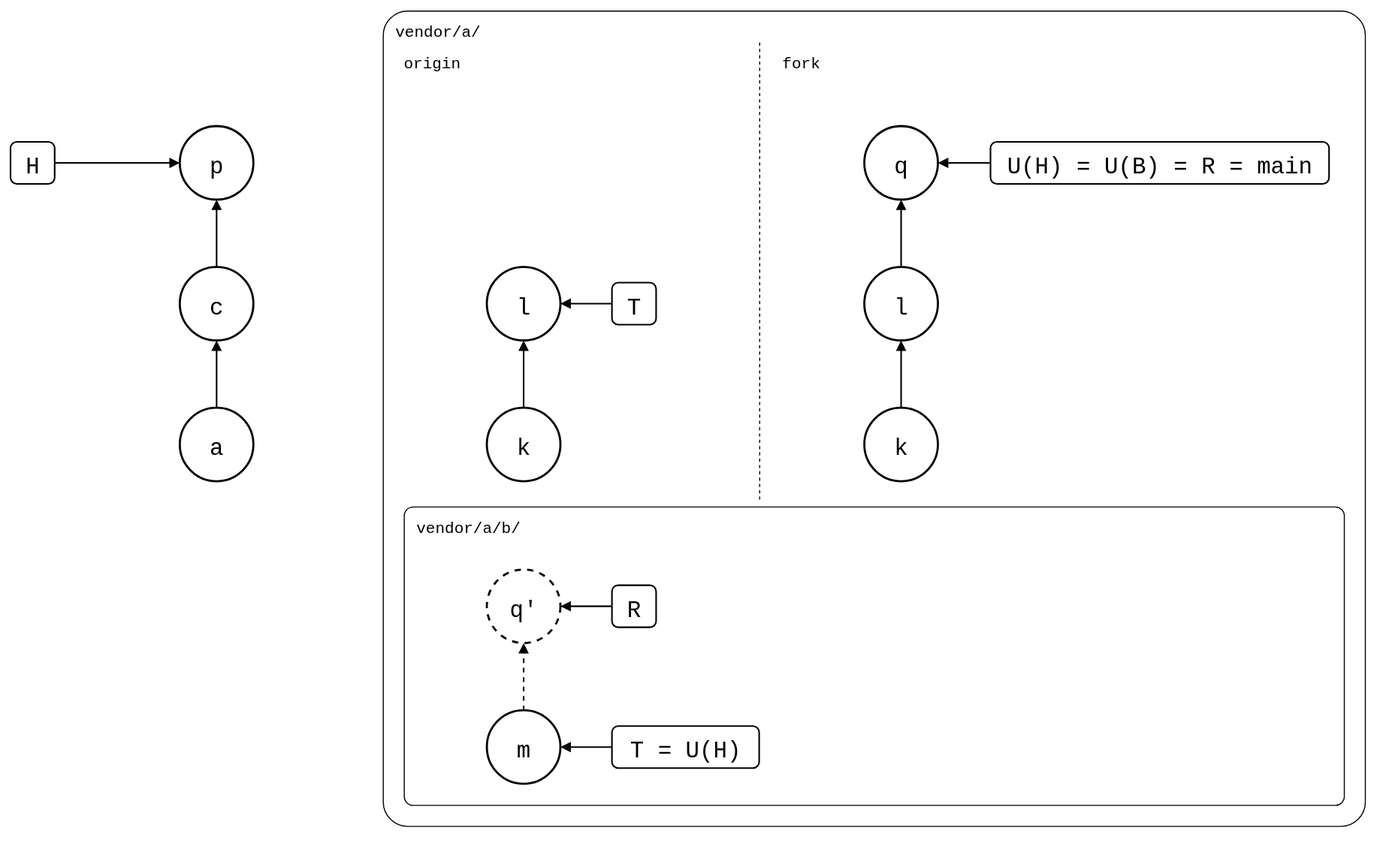
Before: test/scenarios/05-nested-splices/01-nested-splices/01-outer-fork/outer-fork.drawio.svg, a diagram exported from draw.io (roschaefer/git-splice). Source tidied: cells renumbered, new cells last; positions are measured from the earlier drawing's top-left corner, leaving out a move shared by most shapes. Source of this version:
```xml
<mxGraphModel background="#ffffff">
  <root>
    <mxCell id="0" />
    <mxCell id="1" parent="0" />
    <mxCell id="2" value="vendor/a/" style="rounded=1;arcSize=3;fillColor=none;strokeWidth=1;fontSize=15;verticalAlign=top;align=left;spacingLeft=10;spacingTop=4;fontFamily=Roboto Mono,monospace;" parent="1" vertex="1">
      <mxGeometry x="354" width="934" height="776" as="geometry" />
    </mxCell>
    <mxCell id="3" style="line;direction=south;dashed=1;strokeWidth=1;" parent="1" vertex="1">
      <mxGeometry x="702" y="30" width="20" height="438" as="geometry" />
    </mxCell>
    <mxCell id="4" value="origin" style="text;fontSize=15;align=left;verticalAlign=top;fontFamily=Roboto Mono,monospace;" parent="1" vertex="1">
      <mxGeometry x="372" y="34" width="120" height="24" as="geometry" />
    </mxCell>
    <mxCell id="5" value="fork" style="text;fontSize=15;align=left;verticalAlign=top;fontFamily=Roboto Mono,monospace;" parent="1" vertex="1">
      <mxGeometry x="732" y="34" width="120" height="24" as="geometry" />
    </mxCell>
    <mxCell id="6" value="vendor/a/b/" style="rounded=1;arcSize=3;fillColor=none;strokeWidth=1;fontSize=15;verticalAlign=top;align=left;spacingLeft=10;spacingTop=4;fontFamily=Roboto Mono,monospace;" parent="1" vertex="1">
      <mxGeometry x="374" y="472" width="894" height="284" as="geometry" />
    </mxCell>
    <mxCell id="7" value="p" style="ellipse;strokeWidth=2;fontSize=22;fontFamily=Roboto Mono,monospace;" parent="1" vertex="1">
      <mxGeometry x="161" y="110" width="70" height="70" as="geometry" />
    </mxCell>
    <mxCell id="8" value="c" style="ellipse;strokeWidth=2;fontSize=22;fontFamily=Roboto Mono,monospace;" parent="1" vertex="1">
      <mxGeometry x="161" y="244" width="70" height="70" as="geometry" />
    </mxCell>
    <mxCell id="9" value="a" style="ellipse;strokeWidth=2;fontSize=22;fontFamily=Roboto Mono,monospace;" parent="1" vertex="1">
      <mxGeometry x="161" y="378" width="70" height="70" as="geometry" />
    </mxCell>
    <mxCell id="10" value="l" style="ellipse;strokeWidth=2;fontSize=22;fontFamily=Roboto Mono,monospace;" parent="1" vertex="1">
      <mxGeometry x="453" y="244" width="70" height="70" as="geometry" />
    </mxCell>
    <mxCell id="11" value="k" style="ellipse;strokeWidth=2;fontSize=22;fontFamily=Roboto Mono,monospace;" parent="1" vertex="1">
      <mxGeometry x="453" y="378" width="70" height="70" as="geometry" />
    </mxCell>
    <mxCell id="12" value="q" style="ellipse;strokeWidth=2;fontSize=22;fontFamily=Roboto Mono,monospace;" parent="1" vertex="1">
      <mxGeometry x="812" y="110" width="70" height="70" as="geometry" />
    </mxCell>
    <mxCell id="13" value="l" style="ellipse;strokeWidth=2;fontSize=22;fontFamily=Roboto Mono,monospace;" parent="1" vertex="1">
      <mxGeometry x="812" y="244" width="70" height="70" as="geometry" />
    </mxCell>
    <mxCell id="14" value="k" style="ellipse;strokeWidth=2;fontSize=22;fontFamily=Roboto Mono,monospace;" parent="1" vertex="1">
      <mxGeometry x="812" y="378" width="70" height="70" as="geometry" />
    </mxCell>
    <mxCell id="15" value="q'" style="ellipse;strokeWidth=2;fontSize=22;fontFamily=Roboto Mono,monospace;dashed=1;" parent="1" vertex="1">
      <mxGeometry x="453" y="532" width="70" height="70" as="geometry" />
    </mxCell>
    <mxCell id="16" value="m" style="ellipse;strokeWidth=2;fontSize=22;fontFamily=Roboto Mono,monospace;" parent="1" vertex="1">
      <mxGeometry x="453" y="666" width="70" height="70" as="geometry" />
    </mxCell>
    <mxCell id="17" value="H" style="rounded=1;strokeWidth=1.5;fontSize=22;fontFamily=Roboto Mono,monospace;" parent="1" vertex="1">
      <mxGeometry y="125" width="42" height="40" as="geometry" />
    </mxCell>
    <mxCell id="18" value="T" style="rounded=1;strokeWidth=1.5;fontSize=22;fontFamily=Roboto Mono,monospace;" parent="1" vertex="1">
      <mxGeometry x="572" y="259" width="42" height="40" as="geometry" />
    </mxCell>
    <mxCell id="19" value="U(H) = U(B) = R = main" style="rounded=1;strokeWidth=1.5;fontSize=22;fontFamily=Roboto Mono,monospace;" parent="1" vertex="1">
      <mxGeometry x="932" y="125" width="322" height="40" as="geometry" />
    </mxCell>
    <mxCell id="20" value="R" style="rounded=1;strokeWidth=1.5;fontSize=22;fontFamily=Roboto Mono,monospace;" parent="1" vertex="1">
      <mxGeometry x="572" y="547" width="42" height="40" as="geometry" />
    </mxCell>
    <mxCell id="21" value="T = U(H)" style="rounded=1;strokeWidth=1.5;fontSize=22;fontFamily=Roboto Mono,monospace;" parent="1" vertex="1">
      <mxGeometry x="572" y="681" width="140" height="40" as="geometry" />
    </mxCell>
    <mxCell id="22" style="endArrow=block;endFill=1;html=1;strokeWidth=1.5;rounded=0;" parent="1" edge="1" source="9" target="8">
      <mxGeometry relative="1" as="geometry" />
    </mxCell>
    <mxCell id="23" style="endArrow=block;endFill=1;html=1;strokeWidth=1.5;rounded=0;" parent="1" edge="1" source="8" target="7">
      <mxGeometry relative="1" as="geometry" />
    </mxCell>
    <mxCell id="24" style="endArrow=block;endFill=1;html=1;strokeWidth=1.5;rounded=0;" parent="1" edge="1" source="11" target="10">
      <mxGeometry relative="1" as="geometry" />
    </mxCell>
    <mxCell id="25" style="endArrow=block;endFill=1;html=1;strokeWidth=1.5;rounded=0;" parent="1" edge="1" source="14" target="13">
      <mxGeometry relative="1" as="geometry" />
    </mxCell>
    <mxCell id="26" style="endArrow=block;endFill=1;html=1;strokeWidth=1.5;rounded=0;" parent="1" edge="1" source="13" target="12">
      <mxGeometry relative="1" as="geometry" />
    </mxCell>
    <mxCell id="27" style="endArrow=block;endFill=1;html=1;strokeWidth=1.5;rounded=0;dashed=1;" parent="1" edge="1" source="16" target="15">
      <mxGeometry relative="1" as="geometry" />
    </mxCell>
    <mxCell id="28" style="endArrow=block;endFill=1;html=1;strokeWidth=1.5;rounded=0;" parent="1" edge="1" source="17" target="7">
      <mxGeometry relative="1" as="geometry" />
    </mxCell>
    <mxCell id="29" style="endArrow=block;endFill=1;html=1;strokeWidth=1.5;rounded=0;" parent="1" edge="1" source="18" target="10">
      <mxGeometry relative="1" as="geometry" />
    </mxCell>
    <mxCell id="30" style="endArrow=block;endFill=1;html=1;strokeWidth=1.5;rounded=0;" parent="1" edge="1" source="19" target="12">
      <mxGeometry relative="1" as="geometry" />
    </mxCell>
    <mxCell id="31" style="endArrow=block;endFill=1;html=1;strokeWidth=1.5;rounded=0;" parent="1" edge="1" source="20" target="15">
      <mxGeometry relative="1" as="geometry" />
    </mxCell>
    <mxCell id="32" style="endArrow=block;endFill=1;html=1;strokeWidth=1.5;rounded=0;" parent="1" edge="1" source="21" target="16">
      <mxGeometry relative="1" as="geometry" />
    </mxCell>
  </root>
</mxGraphModel>
```
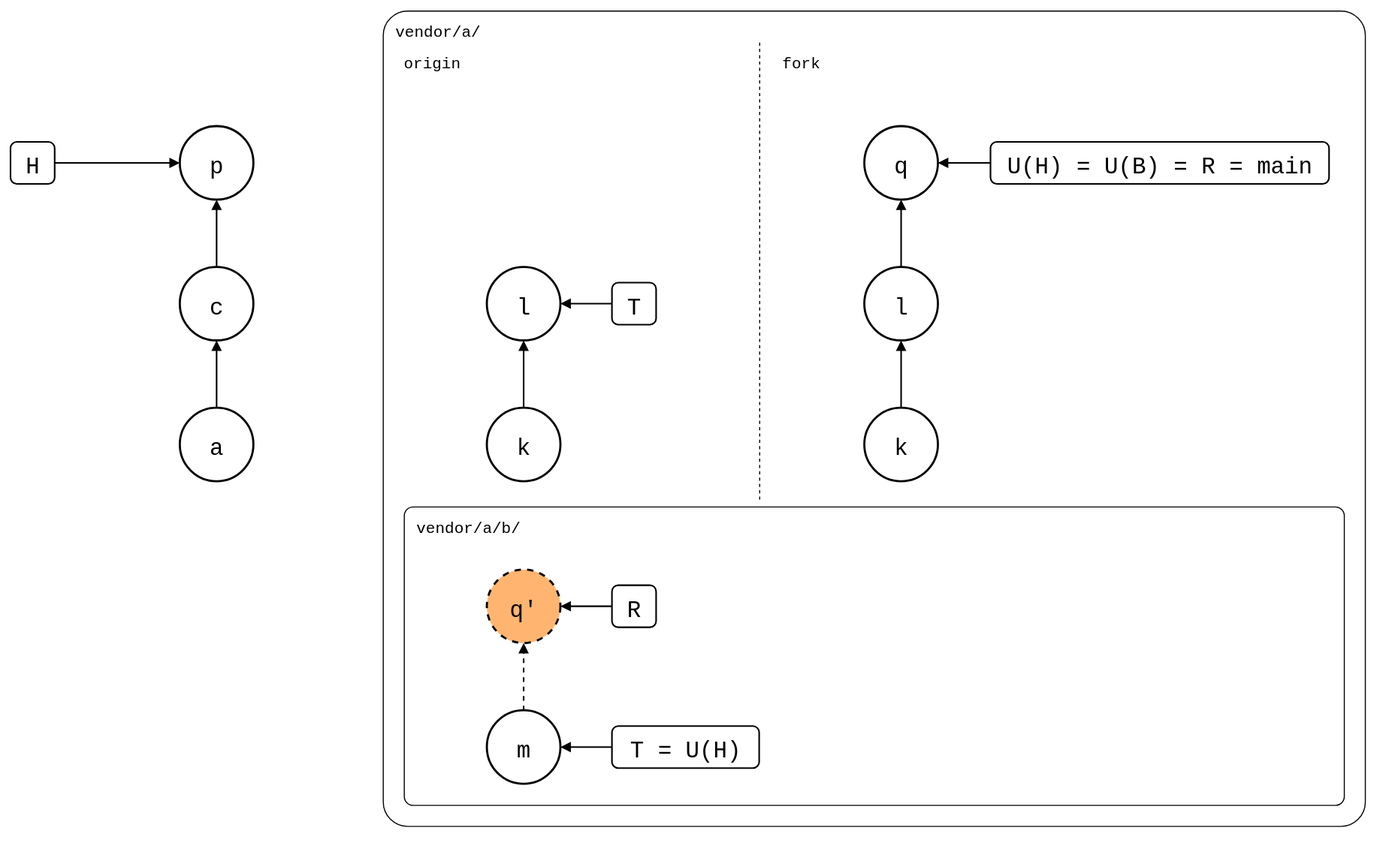
Above is the later version.

Change to the diagram source:
```diff
@@ -41,7 +41,7 @@
     <mxCell id="14" value="k" style="ellipse;strokeWidth=2;fontSize=22;fontFamily=Roboto Mono,monospace;" parent="1" vertex="1">
       <mxGeometry x="812" y="378" width="70" height="70" as="geometry" />
     </mxCell>
-    <mxCell id="15" value="q'" style="ellipse;strokeWidth=2;fontSize=22;fontFamily=Roboto Mono,monospace;dashed=1;" parent="1" vertex="1">
+    <mxCell id="15" value="q'" style="ellipse;strokeWidth=2;fontSize=22;fontFamily=Roboto Mono,monospace;dashed=1;fillColor=#FFB570;" parent="1" vertex="1">
       <mxGeometry x="453" y="532" width="70" height="70" as="geometry" />
     </mxCell>
     <mxCell id="16" value="m" style="ellipse;strokeWidth=2;fontSize=22;fontFamily=Roboto Mono,monospace;" parent="1" vertex="1">
```
